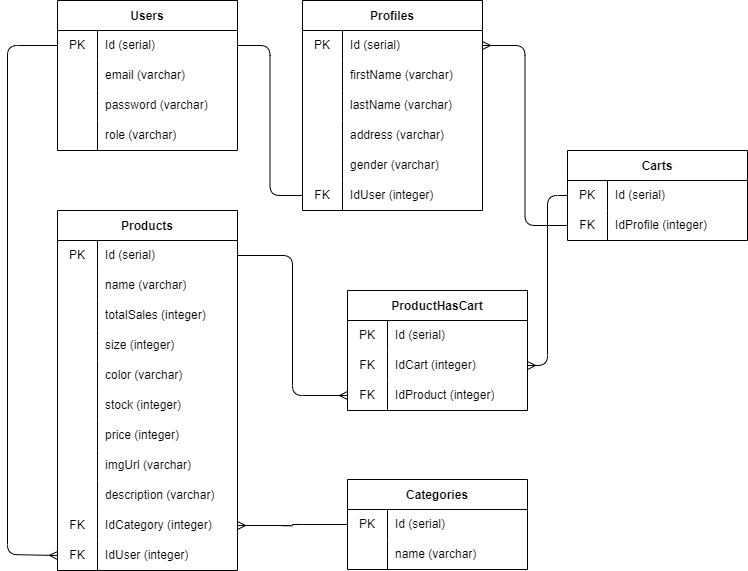
This is schema.drawio.png from bagus-ilham/Benang-Baju, a draw.io export, as it was before one commit. Source tidied: cells renumbered, new cells last; positions are measured from the earlier drawing's top-left corner, leaving out a move shared by most shapes.
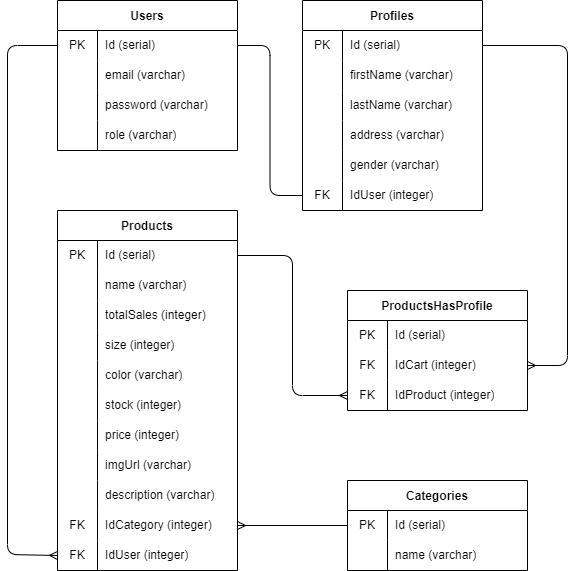
After the change.

What changed in the source:
```diff
@@ -102,7 +102,7 @@
       <mxGeometry relative="1" as="geometry" />
     </mxCell>
     <mxCell id="35" value="Categories" style="shape=table;startSize=30;rowLines=0;fontStyle=1;" parent="1" vertex="1">
-      <mxGeometry x="340" y="479" width="180" height="90" as="geometry" />
+      <mxGeometry x="340" y="480" width="180" height="90" as="geometry" />
     </mxCell>
     <mxCell id="36" style="shape=tableRow;horizontal=0;startSize=0;swimlaneHead=0;swimlaneBody=0;top=0;left=0;bottom=0;right=0;fillColor=none;points=[[0,0.5],[1,0.5]];portConstraint=eastwest;" parent="35" vertex="1">
       <mxGeometry y="30" width="180" height="30" as="geometry" />
@@ -122,29 +122,10 @@
     <mxCell id="41" value="name (varchar)" style="shape=partialRectangle;html=1;whiteSpace=wrap;fillColor=none;top=0;left=0;bottom=0;right=0;align=left;spacingLeft=6;overflow=hidden;" parent="39" vertex="1">
       <mxGeometry x="40" width="140" height="30" as="geometry" />
     </mxCell>
-    <mxCell id="42" value="Carts" style="shape=table;startSize=30;rowLines=0;fontStyle=1;" parent="1" vertex="1">
-      <mxGeometry x="560" y="150" width="180" height="90" as="geometry" />
-    </mxCell>
-    <mxCell id="43" style="shape=tableRow;horizontal=0;startSize=0;swimlaneHead=0;swimlaneBody=0;top=0;left=0;bottom=0;right=0;fillColor=none;points=[[0,0.5],[1,0.5]];portConstraint=eastwest;" parent="42" vertex="1">
-      <mxGeometry y="30" width="180" height="30" as="geometry" />
-    </mxCell>
-    <mxCell id="44" value="PK" style="shape=partialRectangle;html=1;whiteSpace=wrap;fillColor=none;top=0;left=0;bottom=0;right=0;overflow=hidden;" parent="43" vertex="1">
-      <mxGeometry width="40" height="30" as="geometry" />
-    </mxCell>
-    <mxCell id="45" value="Id (serial)" style="shape=partialRectangle;html=1;whiteSpace=wrap;fillColor=none;top=0;left=0;bottom=0;right=0;align=left;spacingLeft=6;overflow=hidden;" parent="43" vertex="1">
-      <mxGeometry x="40" width="140" height="30" as="geometry" />
-    </mxCell>
-    <mxCell id="46" style="shape=tableRow;horizontal=0;startSize=0;swimlaneHead=0;swimlaneBody=0;top=0;left=0;bottom=0;right=0;fillColor=none;points=[[0,0.5],[1,0.5]];portConstraint=eastwest;" parent="42" vertex="1">
-      <mxGeometry y="60" width="180" height="30" as="geometry" />
-    </mxCell>
-    <mxCell id="47" value="FK" style="shape=partialRectangle;html=1;whiteSpace=wrap;fillColor=none;top=0;left=0;bottom=0;right=0;overflow=hidden;" parent="46" vertex="1">
-      <mxGeometry width="40" height="30" as="geometry" />
-    </mxCell>
-    <mxCell id="48" value="IdProfile (integer)" style="shape=partialRectangle;html=1;whiteSpace=wrap;fillColor=none;top=0;left=0;bottom=0;right=0;align=left;spacingLeft=6;overflow=hidden;" parent="46" vertex="1">
-      <mxGeometry x="40" width="140" height="30" as="geometry" />
-    </mxCell>
-    <mxCell id="49" style="edgeStyle=orthogonalEdgeStyle;html=1;exitX=1;exitY=0.5;exitDx=0;exitDy=0;entryX=0;entryY=0.5;entryDx=0;entryDy=0;startArrow=ERmany;startFill=0;endArrow=none;endFill=0;" parent="1" edge="1" source="16" target="46">
-      <mxGeometry relative="1" as="geometry" />
+    <mxCell id="49" style="edgeStyle=orthogonalEdgeStyle;html=1;exitX=1;exitY=0.5;exitDx=0;exitDy=0;entryX=0;entryY=0.5;entryDx=0;entryDy=0;startArrow=none;startFill=0;endArrow=none;endFill=0;" parent="1" edge="1" source="16">
+      <mxGeometry relative="1" as="geometry">
+        <mxPoint x="560" y="225" as="targetPoint" />
+      </mxGeometry>
     </mxCell>
     <mxCell id="50" value="Products" style="shape=table;startSize=30;rowLines=0;fontStyle=1;" parent="1" vertex="1">
       <mxGeometry x="50" y="210" width="180" height="360" as="geometry" />
@@ -262,7 +243,7 @@
     <mxCell id="86" style="edgeStyle=orthogonalEdgeStyle;fontSize=12;html=1;endArrow=ERmany;elbow=vertical;endFill=0;entryX=0;entryY=0.5;entryDx=0;entryDy=0;" parent="1" edge="1" source="51" target="94">
       <mxGeometry relative="1" as="geometry" />
     </mxCell>
-    <mxCell id="87" value="ProductHasCart" style="shape=table;startSize=30;rowLines=0;fontStyle=1;" parent="1" vertex="1">
+    <mxCell id="87" value="ProductsHasProfile" style="shape=table;startSize=30;rowLines=0;fontStyle=1;" parent="1" vertex="1">
       <mxGeometry x="340" y="290" width="180" height="120" as="geometry" />
     </mxCell>
     <mxCell id="88" style="shape=tableRow;horizontal=0;startSize=0;swimlaneHead=0;swimlaneBody=0;top=0;left=0;bottom=0;right=0;fillColor=none;" parent="87" vertex="1">
@@ -292,8 +273,10 @@
     <mxCell id="96" value="IdProduct (integer)" style="shape=partialRectangle;html=1;whiteSpace=wrap;fillColor=none;top=0;left=0;bottom=0;right=0;align=left;spacingLeft=6;overflow=hidden;" parent="94" vertex="1">
       <mxGeometry x="40" width="140" height="30" as="geometry" />
     </mxCell>
-    <mxCell id="97" style="edgeStyle=orthogonalEdgeStyle;html=1;entryX=0;entryY=0.5;entryDx=0;entryDy=0;startArrow=ERmany;startFill=0;endArrow=none;endFill=0;exitX=1;exitY=0.5;exitDx=0;exitDy=0;" parent="1" edge="1" source="91" target="43">
-      <mxGeometry relative="1" as="geometry" />
+    <mxCell id="97" style="edgeStyle=orthogonalEdgeStyle;html=1;entryX=0;entryY=0.5;entryDx=0;entryDy=0;startArrow=ERmany;startFill=0;endArrow=none;endFill=0;exitX=1;exitY=0.5;exitDx=0;exitDy=0;" parent="1" edge="1" source="91">
+      <mxGeometry relative="1" as="geometry">
+        <mxPoint x="560" y="195" as="targetPoint" />
+      </mxGeometry>
     </mxCell>
   </root>
 </mxGraphModel>
```
